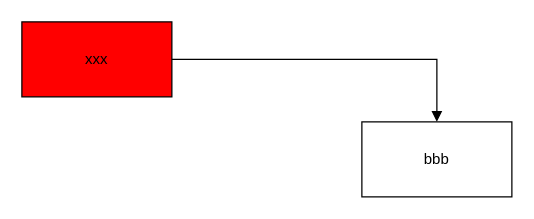
Above: test.drawio in saga/architecture-diagram-studio (draw.io), before the change. Source tidied: cells renumbered, new cells numbered last; positions are measured from the earlier drawing's top-left corner, leaving out a move shared by most shapes. Both pictures are drawn from the tidied source at 125%, with x=0, y=0 at pixel (21, 21).
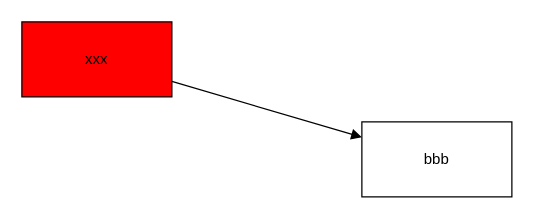
The same page after the edit.

The edit, as a diff of the source:
```diff
@@
 <mxGraphModel>
   <root>
     <mxCell id="0" />
     <mxCell id="1" parent="0" />
     <mxCell id="2" value="xxx" style="whiteSpace=wrap;html=1;fillColor=#ff0000;" parent="1" vertex="1">
       <mxGeometry width="120" height="60" as="geometry" />
     </mxCell>
     <mxCell id="3" value="bbb" style="rounded=0;whiteSpace=wrap;html=1;" parent="1" vertex="1">
       <mxGeometry x="272" y="80" width="120" height="60" as="geometry" />
     </mxCell>
-    <mxCell id="4" style="edgeStyle=orthogonalEdgeStyle;rounded=0;jettySize=auto;html=1;endArrow=block;endFill=1;" parent="1" edge="1" source="2" target="3">
+    <mxCell id="4" style="rounded=0;jettySize=auto;html=1;endArrow=block;endFill=1;curved=1;" parent="1" edge="1" source="2" target="3">
       <mxGeometry relative="1" as="geometry" />
     </mxCell>
   </root>
 </mxGraphModel>
```
